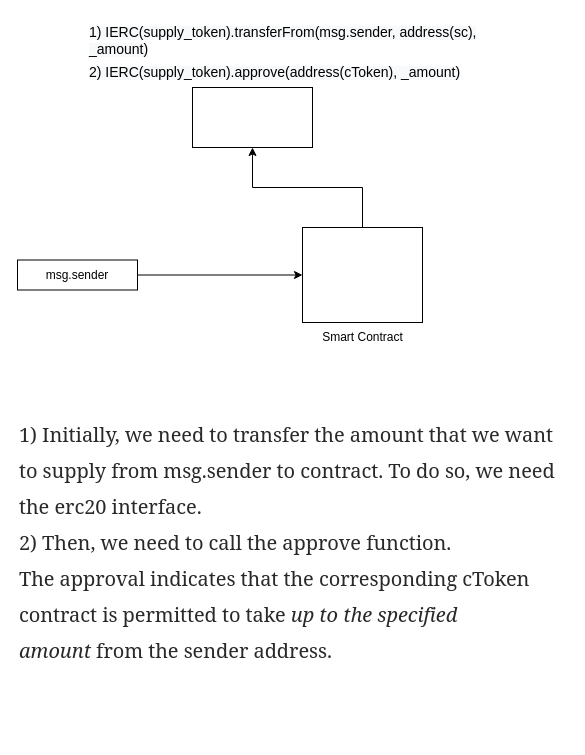
Earlier version of the draw.io diagram Untitled.drawio (emrahsariboz/DeFi). Source tidied: cells renumbered, new cells numbered last; positions are measured from the earlier drawing's top-left corner, leaving out a move shared by most shapes. Both pictures are drawn from the tidied source at 100%, with x=0, y=0 at pixel (17, 17).
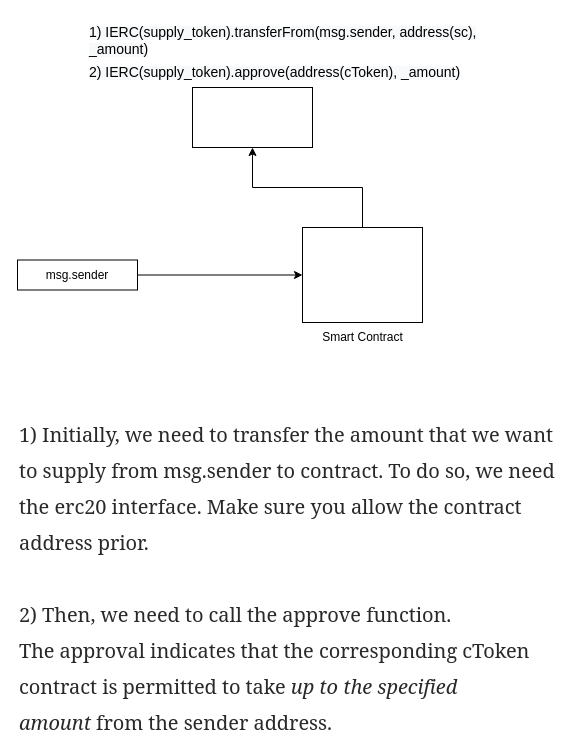
After the change.

Commit message (it also covers changes not shown here):
Supply-Mint

Change to the diagram source:
```diff
@@
 <mxGraphModel>
   <root>
     <mxCell id="0" />
     <mxCell id="1" parent="0" />
     <mxCell id="2" style="edgeStyle=orthogonalEdgeStyle;rounded=0;jettySize=auto;html=1;" parent="1" edge="1" source="3" target="5">
       <mxGeometry relative="1" as="geometry" />
     </mxCell>
     <mxCell id="3" value="msg.sender" style="rounded=0;whiteSpace=wrap;html=1;" parent="1" vertex="1">
       <mxGeometry y="242.5" width="120" height="30" as="geometry" />
     </mxCell>
     <mxCell id="4" style="edgeStyle=orthogonalEdgeStyle;rounded=0;jettySize=auto;html=1;" parent="1" edge="1" source="5" target="7">
       <mxGeometry relative="1" as="geometry" />
     </mxCell>
     <mxCell id="5" style="whiteSpace=wrap;html=1;rounded=0;" parent="1" vertex="1">
       <mxGeometry x="285" y="210" width="120" height="95" as="geometry" />
     </mxCell>
     <mxCell id="6" value="Smart Contract" style="text;html=1;align=center;verticalAlign=middle;strokeColor=none;fillColor=none;" parent="1" vertex="1">
       <mxGeometry x="295" y="310" width="100" height="20" as="geometry" />
     </mxCell>
     <mxCell id="7" style="whiteSpace=wrap;html=1;rounded=0;" parent="1" vertex="1">
       <mxGeometry x="175" y="70" width="120" height="60" as="geometry" />
     </mxCell>
     <mxCell id="8" value="&lt;span style=&quot;color: rgb(0 , 0 , 0) ; font-family: &amp;#34;helvetica&amp;#34; ; font-style: normal ; font-weight: 400 ; letter-spacing: normal ; text-align: center ; text-indent: 0px ; text-transform: none ; word-spacing: 0px ; background-color: rgb(248 , 249 , 250) ; display: inline ; float: none&quot;&gt;&lt;font style=&quot;font-size: 14px&quot;&gt;1) IERC(supply_token).transferFrom(msg.sender, address(sc), _amount)&lt;/font&gt;&lt;/span&gt;" style="text;whiteSpace=wrap;html=1;strokeWidth=3;" parent="1" vertex="1">
       <mxGeometry x="70" width="400" height="30" as="geometry" />
     </mxCell>
     <mxCell id="9" value="&lt;span style=&quot;color: rgb(0 , 0 , 0) ; font-family: &amp;#34;helvetica&amp;#34; ; font-style: normal ; font-weight: 400 ; letter-spacing: normal ; text-align: center ; text-indent: 0px ; text-transform: none ; word-spacing: 0px ; background-color: rgb(248 , 249 , 250) ; display: inline ; float: none&quot;&gt;&lt;font style=&quot;font-size: 14px&quot;&gt;2) IERC(supply_token).approve(address(cToken), _amount)&lt;/font&gt;&lt;/span&gt;" style="text;whiteSpace=wrap;html=1;" parent="1" vertex="1">
       <mxGeometry x="70" y="40" width="400" height="30" as="geometry" />
     </mxCell>
-    <mxCell id="10" value="&lt;span style=&quot;color: rgb(41 , 41 , 41) ; font-family: &amp;#34;charter&amp;#34; , &amp;#34;georgia&amp;#34; , &amp;#34;cambria&amp;#34; , &amp;#34;times new roman&amp;#34; , &amp;#34;times&amp;#34; , serif ; font-size: 20px ; font-style: normal ; font-weight: 400 ; letter-spacing: -0.06px ; text-indent: 0px ; text-transform: none ; word-spacing: 0px ; background-color: rgb(255 , 255 , 255) ; display: inline ; float: none&quot;&gt;1) Initially, we need to transfer the amount that we want to supply from msg.sender to contract. To do so, we need the erc20 interface.&amp;nbsp;&lt;br&gt;2) Then, we need to call the approve function.&amp;nbsp;&lt;br&gt;The approval indicates that the corresponding cToken contract is permitted to take&lt;span&gt;&amp;nbsp;&lt;/span&gt;&lt;/span&gt;&lt;em class=&quot;np&quot; style=&quot;box-sizing: inherit ; font-style: italic ; color: rgb(41 , 41 , 41) ; font-family: &amp;#34;charter&amp;#34; , &amp;#34;georgia&amp;#34; , &amp;#34;cambria&amp;#34; , &amp;#34;times new roman&amp;#34; , &amp;#34;times&amp;#34; , serif ; font-size: 20px ; font-weight: 400 ; letter-spacing: -0.06px ; text-indent: 0px ; text-transform: none ; word-spacing: 0px ; background-color: rgb(255 , 255 , 255)&quot;&gt;up to the specified amount&lt;span&gt;&amp;nbsp;&lt;/span&gt;&lt;/em&gt;&lt;span style=&quot;color: rgb(41 , 41 , 41) ; font-family: &amp;#34;charter&amp;#34; , &amp;#34;georgia&amp;#34; , &amp;#34;cambria&amp;#34; , &amp;#34;times new roman&amp;#34; , &amp;#34;times&amp;#34; , serif ; font-size: 20px ; font-style: normal ; font-weight: 400 ; letter-spacing: -0.06px ; text-indent: 0px ; text-transform: none ; word-spacing: 0px ; background-color: rgb(255 , 255 , 255) ; display: inline ; float: none&quot;&gt;from the sender address.&lt;/span&gt;" style="text;whiteSpace=wrap;html=1;fontSize=30;" parent="1" vertex="1">
+    <mxCell id="10" value="&lt;span style=&quot;color: rgb(41 , 41 , 41) ; font-family: &amp;quot;charter&amp;quot; , &amp;quot;georgia&amp;quot; , &amp;quot;cambria&amp;quot; , &amp;quot;times new roman&amp;quot; , &amp;quot;times&amp;quot; , serif ; font-size: 20px ; font-style: normal ; font-weight: 400 ; letter-spacing: -0.06px ; text-indent: 0px ; text-transform: none ; word-spacing: 0px ; background-color: rgb(255 , 255 , 255) ; display: inline ; float: none&quot;&gt;1) Initially, we need to transfer the amount that we want to supply from msg.sender to contract. To do so, we need the erc20 interface. Make sure you allow the contract address prior.&lt;br&gt;&amp;nbsp;&lt;br&gt;2) Then, we need to call the approve function.&amp;nbsp;&lt;br&gt;The approval indicates that the corresponding cToken contract is permitted to take&lt;span&gt;&amp;nbsp;&lt;/span&gt;&lt;/span&gt;&lt;em class=&quot;np&quot; style=&quot;box-sizing: inherit ; font-style: italic ; color: rgb(41 , 41 , 41) ; font-family: &amp;quot;charter&amp;quot; , &amp;quot;georgia&amp;quot; , &amp;quot;cambria&amp;quot; , &amp;quot;times new roman&amp;quot; , &amp;quot;times&amp;quot; , serif ; font-size: 20px ; font-weight: 400 ; letter-spacing: -0.06px ; text-indent: 0px ; text-transform: none ; word-spacing: 0px ; background-color: rgb(255 , 255 , 255)&quot;&gt;up to the specified amount&lt;span&gt;&amp;nbsp;&lt;/span&gt;&lt;/em&gt;&lt;span style=&quot;color: rgb(41 , 41 , 41) ; font-family: &amp;quot;charter&amp;quot; , &amp;quot;georgia&amp;quot; , &amp;quot;cambria&amp;quot; , &amp;quot;times new roman&amp;quot; , &amp;quot;times&amp;quot; , serif ; font-size: 20px ; font-style: normal ; font-weight: 400 ; letter-spacing: -0.06px ; text-indent: 0px ; text-transform: none ; word-spacing: 0px ; background-color: rgb(255 , 255 , 255) ; display: inline ; float: none&quot;&gt;from the sender address.&lt;/span&gt;" style="text;whiteSpace=wrap;html=1;fontSize=30;" parent="1" vertex="1">
       <mxGeometry y="390" width="550" height="130" as="geometry" />
     </mxCell>
   </root>
 </mxGraphModel>
```
